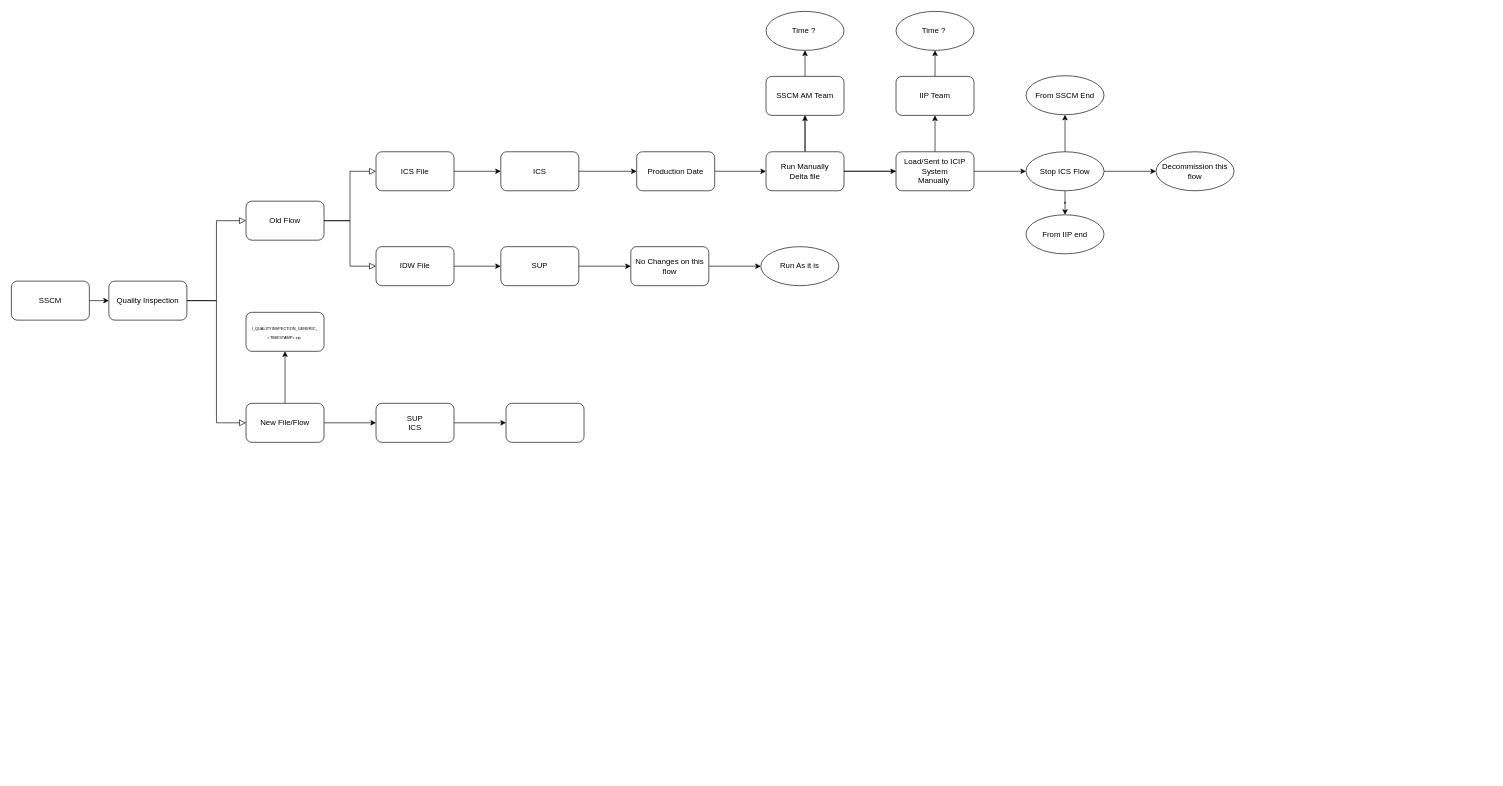
The draw.io diagram QINSP.drawio in nselangovan/powerofdata, before the edit. Source tidied: cells renumbered, new cells numbered last; positions are measured from the earlier drawing's top-left corner, leaving out a move shared by most shapes. Both pictures are drawn from the tidied source at 65%, with x=0, y=0 at pixel (11, 11).
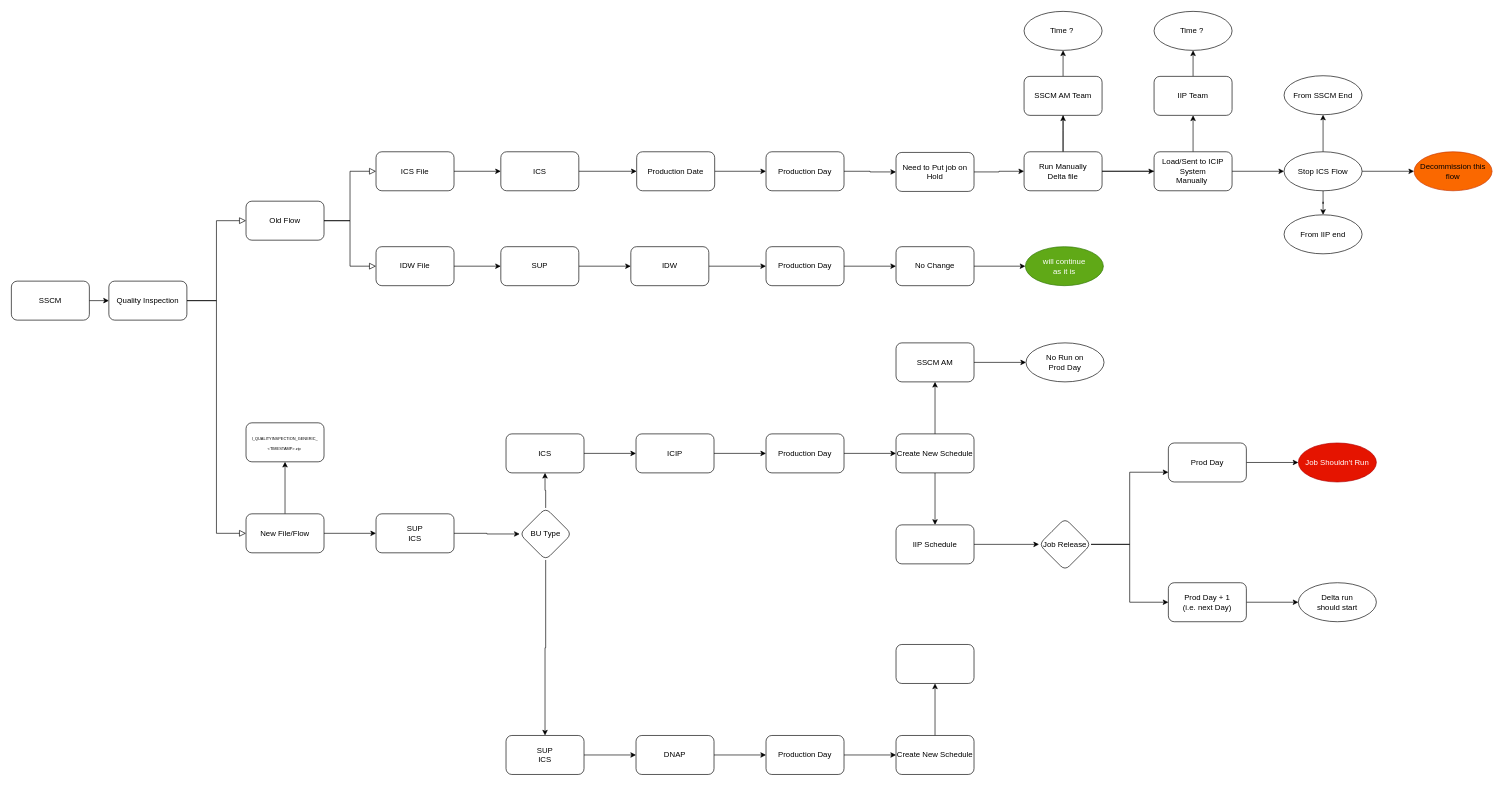
After the change.

The change refers to these unchanged cells:
```xml
<mxCell id="22" value="Production Date" style="rounded=1;whiteSpace=wrap;html=1;" parent="1" vertex="1">
  <mxGeometry x="962" y="216" width="120" height="60" as="geometry" />
</mxCell>
```

Diff of the diagram source:
```diff
@@
     <mxCell id="11" value="New File/Flow" style="rounded=1;whiteSpace=wrap;html=1;" parent="1" vertex="1">
-      <mxGeometry x="361" y="603" width="120" height="60" as="geometry" />
+      <mxGeometry x="361" y="773" width="120" height="60" as="geometry" />
     </mxCell>
@@
-    <mxCell id="21" style="edgeStyle=orthogonalEdgeStyle;rounded=0;jettySize=auto;html=1;" parent="1" edge="1" source="22" target="26">
+    <mxCell id="21" style="edgeStyle=orthogonalEdgeStyle;rounded=0;jettySize=auto;html=1;exitX=1;exitY=0.5;exitDx=0;exitDy=0;" parent="1" edge="1" source="81" target="26">
       <mxGeometry relative="1" as="geometry" />
     </mxCell>
+    <mxCell id="51" style="edgeStyle=orthogonalEdgeStyle;rounded=0;jettySize=auto;html=1;fontSize=6;" parent="1" edge="1" source="22" target="80">
+      <mxGeometry relative="1" as="geometry" />
+    </mxCell>
@@
     <mxCell id="23" style="edgeStyle=orthogonalEdgeStyle;rounded=0;jettySize=auto;html=1;" parent="1" edge="1" source="26">
       <mxGeometry relative="1" as="geometry">
-        <mxPoint x="1221" y="150" as="targetPoint" />
+        <mxPoint x="1618" y="150" as="targetPoint" />
       </mxGeometry>
     </mxCell>
@@
     <mxCell id="26" value="Run Manually&lt;br&gt;Delta file" style="rounded=1;whiteSpace=wrap;html=1;" parent="1" vertex="1">
-      <mxGeometry x="1161" y="216" width="120" height="60" as="geometry" />
+      <mxGeometry x="1558" y="216" width="120" height="60" as="geometry" />
     </mxCell>
     <mxCell id="27" style="endArrow=classic;html=1;rounded=0;exitX=1;exitY=0.5;exitDx=0;exitDy=0;" parent="1" edge="1" source="26">
       <mxGeometry relative="1" as="geometry">
-        <mxPoint x="1380" y="246" as="targetPoint" />
+        <mxPoint x="1777" y="246" as="targetPoint" />
       </mxGeometry>
     </mxCell>
@@
     <mxCell id="29" value="SSCM AM Team" style="whiteSpace=wrap;html=1;rounded=1;" parent="1" vertex="1">
-      <mxGeometry x="1161" y="100" width="120" height="60" as="geometry" />
+      <mxGeometry x="1558" y="100" width="120" height="60" as="geometry" />
     </mxCell>
@@
     <mxCell id="32" value="Load/Sent to ICIP System&lt;br&gt;Manually&amp;nbsp;" style="whiteSpace=wrap;html=1;rounded=1;" parent="1" vertex="1">
-      <mxGeometry x="1361" y="216" width="120" height="60" as="geometry" />
+      <mxGeometry x="1758" y="216" width="120" height="60" as="geometry" />
     </mxCell>
@@
     <mxCell id="34" value="IIP Team" style="whiteSpace=wrap;html=1;rounded=1;" parent="1" vertex="1">
-      <mxGeometry x="1361" y="100" width="120" height="60" as="geometry" />
+      <mxGeometry x="1758" y="100" width="120" height="60" as="geometry" />
     </mxCell>
@@
     <mxCell id="38" value="Stop ICS Flow" style="ellipse;whiteSpace=wrap;html=1;rounded=1;" parent="1" vertex="1">
-      <mxGeometry x="1561" y="216" width="120" height="60" as="geometry" />
+      <mxGeometry x="1958" y="216" width="120" height="60" as="geometry" />
     </mxCell>
     <mxCell id="39" value="From IIP end" style="ellipse;whiteSpace=wrap;html=1;rounded=1;" parent="1" vertex="1">
-      <mxGeometry x="1561" y="313" width="120" height="60" as="geometry" />
+      <mxGeometry x="1958" y="313" width="120" height="60" as="geometry" />
     </mxCell>
     <mxCell id="40" value="From SSCM End" style="ellipse;whiteSpace=wrap;html=1;rounded=1;" parent="1" vertex="1">
-      <mxGeometry x="1561" y="99" width="120" height="60" as="geometry" />
+      <mxGeometry x="1958" y="99" width="120" height="60" as="geometry" />
     </mxCell>
-    <mxCell id="41" value="Decommission this flow" style="ellipse;whiteSpace=wrap;html=1;rounded=1;" parent="1" vertex="1">
-      <mxGeometry x="1761" y="216" width="120" height="60" as="geometry" />
+    <mxCell id="41" value="Decommission this flow" style="ellipse;whiteSpace=wrap;html=1;rounded=1;fillColor=#fa6800;fontColor=#000000;strokeColor=#C73500;" parent="1" vertex="1">
+      <mxGeometry x="2158" y="216" width="120" height="60" as="geometry" />
     </mxCell>
-    <mxCell id="42" style="edgeStyle=orthogonalEdgeStyle;rounded=0;jettySize=auto;html=1;" parent="1" edge="1" source="43" target="44">
+    <mxCell id="42" style="edgeStyle=orthogonalEdgeStyle;rounded=0;jettySize=auto;html=1;exitX=1;exitY=0.5;exitDx=0;exitDy=0;" parent="1" edge="1" source="84" target="44">
       <mxGeometry relative="1" as="geometry" />
     </mxCell>
+    <mxCell id="52" style="edgeStyle=orthogonalEdgeStyle;rounded=0;jettySize=auto;html=1;fontSize=6;" parent="1" edge="1" source="43" target="83">
+      <mxGeometry relative="1" as="geometry" />
+    </mxCell>
-    <mxCell id="43" value="No Changes on this flow" style="whiteSpace=wrap;html=1;rounded=1;" parent="1" vertex="1">
+    <mxCell id="43" value="IDW" style="whiteSpace=wrap;html=1;rounded=1;" parent="1" vertex="1">
       <mxGeometry x="953" y="362" width="120" height="60" as="geometry" />
     </mxCell>
-    <mxCell id="44" value="Run As it is" style="ellipse;whiteSpace=wrap;html=1;rounded=1;" parent="1" vertex="1">
-      <mxGeometry x="1153" y="362" width="120" height="60" as="geometry" />
+    <mxCell id="44" value="will continue &lt;br&gt;as it is" style="ellipse;whiteSpace=wrap;html=1;rounded=1;fillColor=#60a917;fontColor=#ffffff;strokeColor=#2D7600;" parent="1" vertex="1">
+      <mxGeometry x="1560" y="362" width="120" height="60" as="geometry" />
     </mxCell>
     <mxCell id="45" value="Time ?&amp;nbsp;" style="ellipse;whiteSpace=wrap;html=1;rounded=1;" parent="1" vertex="1">
-      <mxGeometry x="1361" width="120" height="60" as="geometry" />
+      <mxGeometry x="1758" width="120" height="60" as="geometry" />
     </mxCell>
     <mxCell id="46" value="Time ?&amp;nbsp;" style="ellipse;whiteSpace=wrap;html=1;rounded=1;" parent="1" vertex="1">
-      <mxGeometry x="1161" width="120" height="60" as="geometry" />
+      <mxGeometry x="1558" width="120" height="60" as="geometry" />
     </mxCell>
     <mxCell id="47" value="&lt;span&gt;&lt;font style=&quot;font-size: 6px;&quot;&gt;I_QUALITYINSPECTION_GENERIC_&lt;br&gt;&amp;lt;TIMESTAMP&amp;gt;.zip&amp;nbsp;&lt;/font&gt;&lt;/span&gt;" style="whiteSpace=wrap;html=1;rounded=1;" parent="1" vertex="1">
-      <mxGeometry x="361" y="463" width="120" height="60" as="geometry" />
+      <mxGeometry x="361" y="633" width="120" height="60" as="geometry" />
     </mxCell>
-    <mxCell id="48" style="edgeStyle=orthogonalEdgeStyle;rounded=0;jettySize=auto;html=1;fontSize=6;" parent="1" edge="1" source="49" target="50">
-      <mxGeometry relative="1" as="geometry" />
-    </mxCell>
+    <mxCell id="53" style="edgeStyle=orthogonalEdgeStyle;rounded=0;jettySize=auto;html=1;fontSize=6;" parent="1" edge="1" source="49" target="56">
+      <mxGeometry relative="1" as="geometry" />
+    </mxCell>
     <mxCell id="49" value="SUP&lt;br&gt;ICS" style="whiteSpace=wrap;html=1;rounded=1;" parent="1" vertex="1">
-      <mxGeometry x="561" y="603" width="120" height="60" as="geometry" />
+      <mxGeometry x="561" y="773" width="120" height="60" as="geometry" />
     </mxCell>
-    <mxCell id="50" style="whiteSpace=wrap;html=1;rounded=1;" parent="1" vertex="1">
-      <mxGeometry x="761" y="603" width="120" height="60" as="geometry" />
-    </mxCell>
+    <mxCell id="54" style="edgeStyle=orthogonalEdgeStyle;rounded=0;jettySize=auto;html=1;fontSize=6;" parent="1" edge="1" source="56" target="58">
+      <mxGeometry relative="1" as="geometry" />
+    </mxCell>
+    <mxCell id="55" style="edgeStyle=orthogonalEdgeStyle;rounded=0;jettySize=auto;html=1;fontSize=6;" parent="1" edge="1" source="56" target="60">
+      <mxGeometry relative="1" as="geometry" />
+    </mxCell>
+    <mxCell id="56" value="BU Type" style="rhombus;whiteSpace=wrap;html=1;rounded=1;" parent="1" vertex="1">
+      <mxGeometry x="782" y="764" width="80" height="80" as="geometry" />
+    </mxCell>
+    <mxCell id="57" style="edgeStyle=orthogonalEdgeStyle;rounded=0;jettySize=auto;html=1;fontSize=6;" parent="1" edge="1" source="58" target="64">
+      <mxGeometry relative="1" as="geometry" />
+    </mxCell>
+    <mxCell id="58" value="ICS" style="whiteSpace=wrap;html=1;rounded=1;" parent="1" vertex="1">
+      <mxGeometry x="761" y="650" width="120" height="60" as="geometry" />
+    </mxCell>
+    <mxCell id="59" style="edgeStyle=orthogonalEdgeStyle;rounded=0;jettySize=auto;html=1;fontSize=6;" parent="1" edge="1" source="60" target="62">
+      <mxGeometry relative="1" as="geometry" />
+    </mxCell>
+    <mxCell id="60" value="SUP&lt;br&gt;ICS" style="whiteSpace=wrap;html=1;rounded=1;" parent="1" vertex="1">
+      <mxGeometry x="761" y="1114" width="120" height="60" as="geometry" />
+    </mxCell>
+    <mxCell id="61" style="edgeStyle=orthogonalEdgeStyle;rounded=0;jettySize=auto;html=1;fontSize=6;" parent="1" edge="1" source="62" target="66">
+      <mxGeometry relative="1" as="geometry" />
+    </mxCell>
+    <mxCell id="62" value="DNAP" style="whiteSpace=wrap;html=1;rounded=1;" parent="1" vertex="1">
+      <mxGeometry x="961" y="1114" width="120" height="60" as="geometry" />
+    </mxCell>
+    <mxCell id="63" style="edgeStyle=orthogonalEdgeStyle;rounded=0;jettySize=auto;html=1;fontSize=6;" parent="1" edge="1" source="64" target="68">
+      <mxGeometry relative="1" as="geometry" />
+    </mxCell>
+    <mxCell id="64" value="ICIP" style="whiteSpace=wrap;html=1;rounded=1;" parent="1" vertex="1">
+      <mxGeometry x="961" y="650" width="120" height="60" as="geometry" />
+    </mxCell>
+    <mxCell id="65" style="edgeStyle=orthogonalEdgeStyle;rounded=0;jettySize=auto;html=1;fontSize=6;" parent="1" edge="1" source="66" target="73">
+      <mxGeometry relative="1" as="geometry" />
+    </mxCell>
+    <mxCell id="66" value="Production Day" style="whiteSpace=wrap;html=1;rounded=1;" parent="1" vertex="1">
+      <mxGeometry x="1161" y="1114" width="120" height="60" as="geometry" />
+    </mxCell>
+    <mxCell id="67" style="edgeStyle=orthogonalEdgeStyle;rounded=0;jettySize=auto;html=1;fontSize=6;" parent="1" edge="1" source="68" target="71">
+      <mxGeometry relative="1" as="geometry" />
+    </mxCell>
+    <mxCell id="68" value="Production Day" style="whiteSpace=wrap;html=1;rounded=1;" parent="1" vertex="1">
+      <mxGeometry x="1161" y="650" width="120" height="60" as="geometry" />
+    </mxCell>
+    <mxCell id="69" style="edgeStyle=orthogonalEdgeStyle;rounded=0;jettySize=auto;html=1;fontSize=6;" parent="1" edge="1" source="71" target="75">
+      <mxGeometry relative="1" as="geometry" />
+    </mxCell>
+    <mxCell id="70" style="edgeStyle=orthogonalEdgeStyle;rounded=0;jettySize=auto;html=1;fontSize=6;" parent="1" edge="1" source="71" target="77">
+      <mxGeometry relative="1" as="geometry" />
+    </mxCell>
+    <mxCell id="71" value="Create New Schedule" style="whiteSpace=wrap;html=1;rounded=1;" parent="1" vertex="1">
+      <mxGeometry x="1361" y="650" width="120" height="60" as="geometry" />
+    </mxCell>
+    <mxCell id="72" style="edgeStyle=orthogonalEdgeStyle;rounded=0;jettySize=auto;html=1;fontSize=6;" parent="1" edge="1" source="73" target="94">
+      <mxGeometry relative="1" as="geometry" />
+    </mxCell>
+    <mxCell id="73" value="Create New Schedule" style="whiteSpace=wrap;html=1;rounded=1;" parent="1" vertex="1">
+      <mxGeometry x="1361" y="1114" width="120" height="60" as="geometry" />
+    </mxCell>
+    <mxCell id="74" style="edgeStyle=orthogonalEdgeStyle;rounded=0;jettySize=auto;html=1;fontSize=6;" parent="1" edge="1" source="75" target="78">
+      <mxGeometry relative="1" as="geometry" />
+    </mxCell>
+    <mxCell id="75" value="SSCM AM" style="whiteSpace=wrap;html=1;rounded=1;" parent="1" vertex="1">
+      <mxGeometry x="1361" y="510" width="120" height="60" as="geometry" />
+    </mxCell>
+    <mxCell id="76" style="edgeStyle=orthogonalEdgeStyle;rounded=0;jettySize=auto;html=1;fontSize=6;" parent="1" edge="1" source="77" target="87">
+      <mxGeometry relative="1" as="geometry" />
+    </mxCell>
+    <mxCell id="77" value="IIP Schedule" style="whiteSpace=wrap;html=1;rounded=1;" parent="1" vertex="1">
+      <mxGeometry x="1361" y="790" width="120" height="60" as="geometry" />
+    </mxCell>
+    <mxCell id="78" value="No Run on &lt;br&gt;Prod Day" style="ellipse;whiteSpace=wrap;html=1;rounded=1;" parent="1" vertex="1">
+      <mxGeometry x="1561" y="510" width="120" height="60" as="geometry" />
+    </mxCell>
+    <mxCell id="79" style="edgeStyle=orthogonalEdgeStyle;rounded=0;jettySize=auto;html=1;fontSize=6;" parent="1" edge="1" source="80" target="81">
+      <mxGeometry relative="1" as="geometry" />
+    </mxCell>
+    <mxCell id="80" value="Production Day" style="whiteSpace=wrap;html=1;rounded=1;" parent="1" vertex="1">
+      <mxGeometry x="1161" y="216" width="120" height="60" as="geometry" />
+    </mxCell>
+    <mxCell id="81" value="Need to Put job on Hold" style="whiteSpace=wrap;html=1;rounded=1;" parent="1" vertex="1">
+      <mxGeometry x="1361" y="217" width="120" height="60" as="geometry" />
+    </mxCell>
+    <mxCell id="82" style="edgeStyle=orthogonalEdgeStyle;rounded=0;jettySize=auto;html=1;fontSize=6;" parent="1" edge="1" source="83" target="84">
+      <mxGeometry relative="1" as="geometry" />
+    </mxCell>
+    <mxCell id="83" value="Production Day" style="whiteSpace=wrap;html=1;rounded=1;" parent="1" vertex="1">
+      <mxGeometry x="1161" y="362" width="120" height="60" as="geometry" />
+    </mxCell>
+    <mxCell id="84" value="No Change" style="whiteSpace=wrap;html=1;rounded=1;" parent="1" vertex="1">
+      <mxGeometry x="1361" y="362" width="120" height="60" as="geometry" />
+    </mxCell>
+    <mxCell id="85" style="edgeStyle=orthogonalEdgeStyle;rounded=0;jettySize=auto;html=1;fontSize=6;entryX=0;entryY=0.75;entryDx=0;entryDy=0;" parent="1" edge="1" source="87" target="89">
+      <mxGeometry relative="1" as="geometry" />
+    </mxCell>
+    <mxCell id="86" style="edgeStyle=orthogonalEdgeStyle;rounded=0;jettySize=auto;html=1;fontSize=6;entryX=0;entryY=0.5;entryDx=0;entryDy=0;" parent="1" edge="1" source="87" target="91">
+      <mxGeometry relative="1" as="geometry" />
+    </mxCell>
+    <mxCell id="87" value="Job Release" style="rhombus;whiteSpace=wrap;html=1;rounded=1;" parent="1" vertex="1">
+      <mxGeometry x="1581" y="780" width="80" height="80" as="geometry" />
+    </mxCell>
+    <mxCell id="88" style="edgeStyle=orthogonalEdgeStyle;rounded=0;jettySize=auto;html=1;fontSize=6;" parent="1" edge="1" source="89" target="92">
+      <mxGeometry relative="1" as="geometry" />
+    </mxCell>
+    <mxCell id="89" value="Prod Day" style="whiteSpace=wrap;html=1;rounded=1;" parent="1" vertex="1">
+      <mxGeometry x="1780" y="664" width="120" height="60" as="geometry" />
+    </mxCell>
+    <mxCell id="90" style="edgeStyle=orthogonalEdgeStyle;rounded=0;jettySize=auto;html=1;fontSize=6;" parent="1" edge="1" source="91" target="93">
+      <mxGeometry relative="1" as="geometry" />
+    </mxCell>
+    <mxCell id="91" value="Prod Day + 1&lt;br&gt;(i.e. next Day)" style="whiteSpace=wrap;html=1;rounded=1;" parent="1" vertex="1">
+      <mxGeometry x="1780" y="879" width="120" height="60" as="geometry" />
+    </mxCell>
+    <mxCell id="92" value="Job Shouldn't Run" style="ellipse;whiteSpace=wrap;html=1;rounded=1;fillColor=#e51400;fontColor=#ffffff;strokeColor=#B20000;" parent="1" vertex="1">
+      <mxGeometry x="1980" y="664" width="120" height="60" as="geometry" />
+    </mxCell>
+    <mxCell id="93" value="Delta run &lt;br&gt;should start" style="ellipse;whiteSpace=wrap;html=1;rounded=1;" parent="1" vertex="1">
+      <mxGeometry x="1980" y="879" width="120" height="60" as="geometry" />
+    </mxCell>
+    <mxCell id="94" style="whiteSpace=wrap;html=1;rounded=1;" parent="1" vertex="1">
+      <mxGeometry x="1361" y="974" width="120" height="60" as="geometry" />
+    </mxCell>
```
